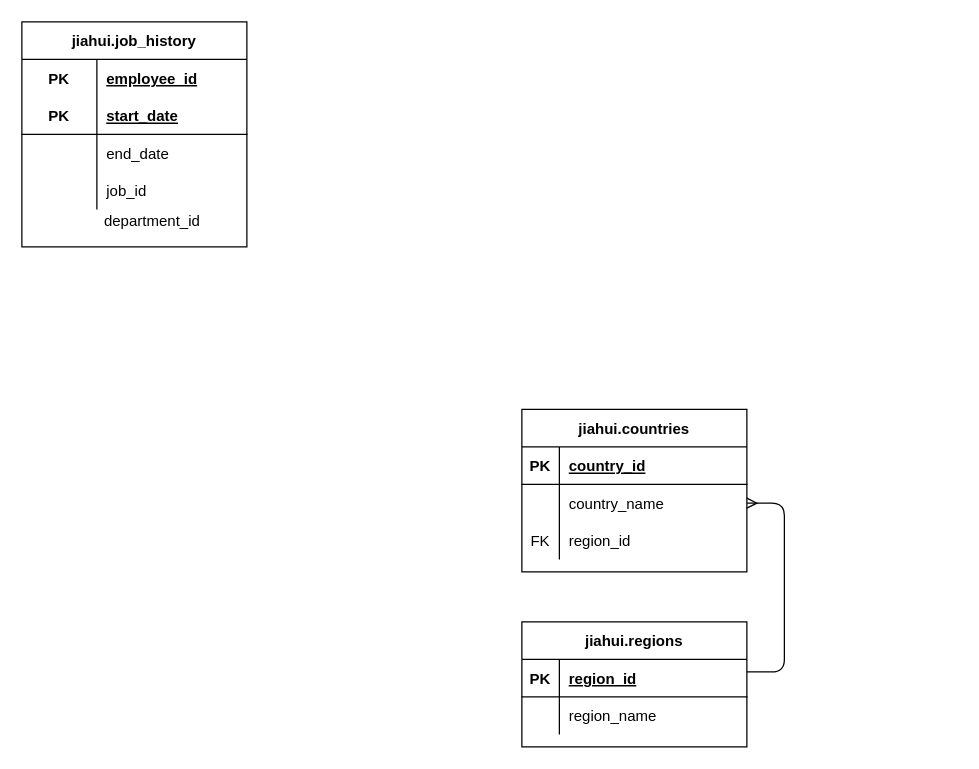
Before: HR_ERD.drawio in gracexia02/Assignment7_ERDs-with-draw.io, a draw.io diagram. Source tidied: cells renumbered, new cells numbered last; positions are measured from the earlier drawing's top-left corner, leaving out a move shared by most shapes. Both pictures are drawn from the tidied source at 125%, with x=0, y=0 at pixel (21, 21).
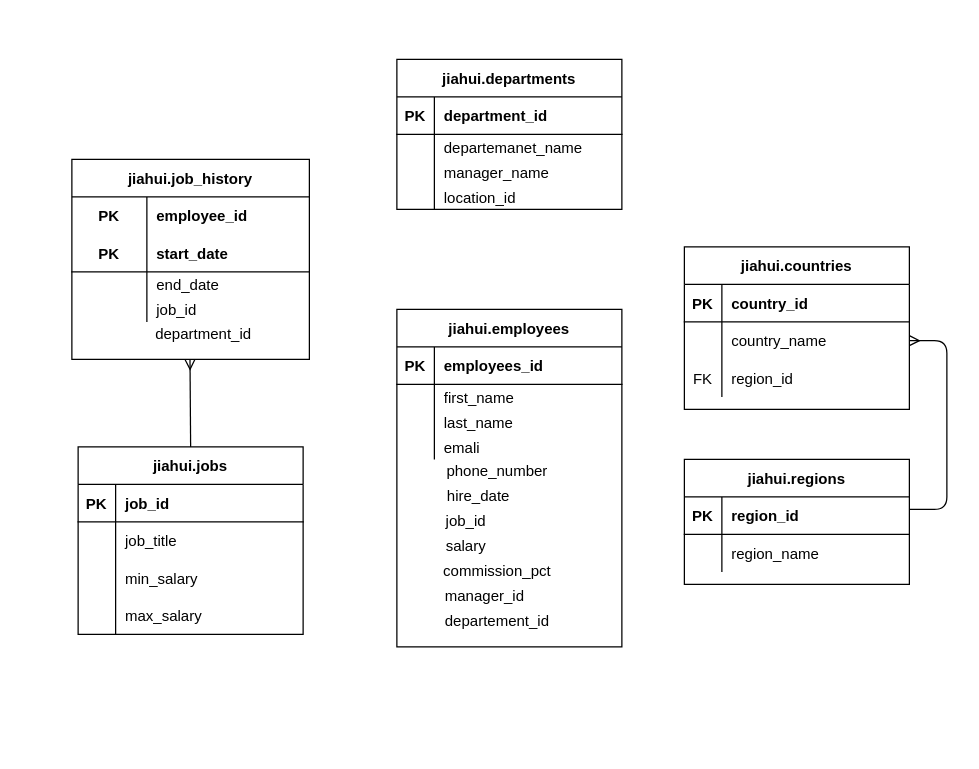
The same page after the edit.

The change refers to these unchanged cells:
```xml
<mxCell id="3" style="shape=partialRectangle;fillColor=none;top=0;left=0;bottom=1;right=0;" parent="2" vertex="1">
  <mxGeometry y="30" width="180" height="30" as="geometry" />
</mxCell>
<mxCell id="10" style="shape=partialRectangle;fillColor=none;top=0;left=0;bottom=1;right=0;" parent="9" vertex="1">
  <mxGeometry y="30" width="180" height="30" as="geometry" />
</mxCell>
<mxCell id="13" style="shape=partialRectangle;fillColor=none;top=0;left=0;bottom=0;right=0;points=[[0,0.5],[1,0.5]];portConstraint=eastwest;" parent="9" vertex="1">
  <mxGeometry y="60" width="180" height="30" as="geometry" />
</mxCell>
```

The edit, as a diff of the source:
```diff
@@
     <mxCell id="2" value="jiahui.regions" style="shape=table;startSize=30;childLayout=tableLayout;rowLines=0;fontStyle=1;align=center;" parent="1" vertex="1">
-      <mxGeometry x="400" y="480" width="180" height="100" as="geometry" />
+      <mxGeometry x="530" y="350" width="180" height="100" as="geometry" />
     </mxCell>
@@
-    <mxCell id="5" value="region_id" style="shape=partialRectangle;fillColor=none;top=0;left=0;bottom=0;right=0;align=left;spacingLeft=6;fontStyle=5;overflow=hidden;" parent="3" vertex="1">
+    <mxCell id="5" value="region_id" style="shape=partialRectangle;fillColor=none;top=0;left=0;bottom=0;right=0;align=left;spacingLeft=6;fontStyle=1;overflow=hidden;" parent="3" vertex="1">
       <mxGeometry x="30" width="150" height="30" as="geometry" />
     </mxCell>
@@
     <mxCell id="9" value="jiahui.countries" style="shape=table;startSize=30;childLayout=tableLayout;rowLines=0;fontStyle=1;align=center;strokeColor=#000000;" parent="1" vertex="1">
-      <mxGeometry x="400" y="310" width="180" height="130" as="geometry" />
+      <mxGeometry x="530" y="180" width="180" height="130" as="geometry" />
     </mxCell>
@@
-    <mxCell id="12" value="country_id" style="shape=partialRectangle;fillColor=none;top=0;left=0;bottom=0;right=0;align=left;spacingLeft=6;fontStyle=5;overflow=hidden;" parent="10" vertex="1">
+    <mxCell id="12" value="country_id" style="shape=partialRectangle;fillColor=none;top=0;left=0;bottom=0;right=0;align=left;spacingLeft=6;fontStyle=1;overflow=hidden;" parent="10" vertex="1">
       <mxGeometry x="30" width="150" height="30" as="geometry" />
     </mxCell>
@@
     <mxCell id="19" style="edgeStyle=entityRelationEdgeStyle;fontSize=12;html=1;endArrow=ERmany;" parent="1" edge="1" target="13">
       <mxGeometry relative="1" as="geometry">
-        <mxPoint x="580" y="520" as="sourcePoint" />
+        <mxPoint x="710" y="390" as="sourcePoint" />
       </mxGeometry>
     </mxCell>
-    <mxCell id="20" value="jiahui.job_history" style="shape=table;startSize=30;childLayout=tableLayout;rowLines=0;fontStyle=1;align=center;strokeColor=#000000;" parent="1" vertex="1">
-      <mxGeometry width="180" height="180" as="geometry" />
+    <mxCell id="20" value="jiahui.job_history" style="shape=table;startSize=30;childLayout=tableLayout;rowLines=0;fontStyle=1;align=center;" parent="1" vertex="1">
+      <mxGeometry x="40" y="110" width="190" height="160" as="geometry" />
     </mxCell>
     <mxCell id="21" style="shape=partialRectangle;fillColor=none;top=0;left=0;bottom=0;right=0;" parent="20" vertex="1">
-      <mxGeometry y="30" width="180" height="30" as="geometry" />
+      <mxGeometry y="30" width="190" height="30" as="geometry" />
     </mxCell>
@@
-    <mxCell id="23" value="employee_id" style="shape=partialRectangle;fillColor=none;top=0;left=0;bottom=0;right=0;align=left;spacingLeft=6;fontStyle=5;overflow=hidden;" parent="21" vertex="1">
-      <mxGeometry x="60" width="120" height="30" as="geometry" />
+    <mxCell id="23" value="employee_id" style="shape=partialRectangle;fillColor=none;top=0;left=0;bottom=0;right=0;align=left;spacingLeft=6;fontStyle=1;overflow=hidden;" parent="21" vertex="1">
+      <mxGeometry x="60" width="130" height="30" as="geometry" />
     </mxCell>
     <mxCell id="24" style="shape=partialRectangle;fillColor=none;top=0;left=0;bottom=1;right=0;" parent="20" vertex="1">
-      <mxGeometry y="60" width="180" height="30" as="geometry" />
+      <mxGeometry y="60" width="190" height="30" as="geometry" />
     </mxCell>
@@
-    <mxCell id="26" value="start_date" style="shape=partialRectangle;fillColor=none;top=0;left=0;bottom=0;right=0;align=left;spacingLeft=6;fontStyle=5;overflow=hidden;" parent="24" vertex="1">
-      <mxGeometry x="60" width="120" height="30" as="geometry" />
+    <mxCell id="26" value="start_date" style="shape=partialRectangle;fillColor=none;top=0;left=0;bottom=0;right=0;align=left;spacingLeft=6;fontStyle=1;overflow=hidden;" parent="24" vertex="1">
+      <mxGeometry x="60" width="130" height="30" as="geometry" />
     </mxCell>
     <mxCell id="27" style="shape=partialRectangle;fillColor=none;top=0;left=0;bottom=0;right=0;" parent="20" vertex="1">
-      <mxGeometry y="90" width="180" height="30" as="geometry" />
+      <mxGeometry y="90" width="190" height="20" as="geometry" />
     </mxCell>
     <mxCell id="28" style="shape=partialRectangle;fillColor=none;top=0;left=0;bottom=0;right=0;overflow=hidden;" parent="27" vertex="1">
-      <mxGeometry width="60" height="30" as="geometry" />
+      <mxGeometry width="60" height="20" as="geometry" />
     </mxCell>
     <mxCell id="29" value="end_date" style="shape=partialRectangle;fillColor=none;top=0;left=0;bottom=0;right=0;align=left;spacingLeft=6;overflow=hidden;" parent="27" vertex="1">
-      <mxGeometry x="60" width="120" height="30" as="geometry" />
+      <mxGeometry x="60" width="130" height="20" as="geometry" />
     </mxCell>
     <mxCell id="30" style="shape=partialRectangle;fillColor=none;top=0;left=0;bottom=0;right=0;" parent="20" vertex="1">
-      <mxGeometry y="120" width="180" height="30" as="geometry" />
+      <mxGeometry y="110" width="190" height="20" as="geometry" />
     </mxCell>
     <mxCell id="31" style="shape=partialRectangle;fillColor=none;top=0;left=0;bottom=0;right=0;overflow=hidden;" parent="30" vertex="1">
-      <mxGeometry width="60" height="30" as="geometry" />
+      <mxGeometry width="60" height="20" as="geometry" />
     </mxCell>
     <mxCell id="32" value="job_id" style="shape=partialRectangle;fillColor=none;top=0;left=0;bottom=0;right=0;align=left;spacingLeft=6;overflow=hidden;" parent="30" vertex="1">
-      <mxGeometry x="60" width="120" height="30" as="geometry" />
+      <mxGeometry x="60" width="130" height="20" as="geometry" />
     </mxCell>
     <mxCell id="33" value="department_id" style="text;html=1;align=center;verticalAlign=middle;" parent="1" vertex="1">
-      <mxGeometry x="59" y="150" width="90" height="20" as="geometry" />
+      <mxGeometry x="100" y="240" width="90" height="20" as="geometry" />
     </mxCell>
+    <mxCell id="34" value="jiahui.jobs" style="shape=table;startSize=30;childLayout=tableLayout;rowLines=0;fontStyle=1;align=center;" parent="1" vertex="1">
+      <mxGeometry x="45" y="340" width="180" height="150" as="geometry" />
+    </mxCell>
+    <mxCell id="35" style="shape=partialRectangle;fillColor=none;top=0;left=0;bottom=1;right=0;" parent="34" vertex="1">
+      <mxGeometry y="30" width="180" height="30" as="geometry" />
+    </mxCell>
+    <mxCell id="36" value="PK" style="shape=partialRectangle;fillColor=none;top=0;left=0;bottom=0;right=0;fontStyle=1;overflow=hidden;" parent="35" vertex="1">
+      <mxGeometry width="30" height="30" as="geometry" />
+    </mxCell>
+    <mxCell id="37" value="job_id" style="shape=partialRectangle;fillColor=none;top=0;left=0;bottom=0;right=0;align=left;spacingLeft=6;fontStyle=1;overflow=hidden;" parent="35" vertex="1">
+      <mxGeometry x="30" width="150" height="30" as="geometry" />
+    </mxCell>
+    <mxCell id="38" style="shape=partialRectangle;fillColor=none;top=0;left=0;bottom=0;right=0;" parent="34" vertex="1">
+      <mxGeometry y="60" width="180" height="30" as="geometry" />
+    </mxCell>
+    <mxCell id="39" style="shape=partialRectangle;fillColor=none;top=0;left=0;bottom=0;right=0;overflow=hidden;" parent="38" vertex="1">
+      <mxGeometry width="30" height="30" as="geometry" />
+    </mxCell>
+    <mxCell id="40" value="job_title" style="shape=partialRectangle;fillColor=none;top=0;left=0;bottom=0;right=0;align=left;spacingLeft=6;overflow=hidden;" parent="38" vertex="1">
+      <mxGeometry x="30" width="150" height="30" as="geometry" />
+    </mxCell>
+    <mxCell id="41" style="shape=partialRectangle;fillColor=none;top=0;left=0;bottom=0;right=0;" parent="34" vertex="1">
+      <mxGeometry y="90" width="180" height="30" as="geometry" />
+    </mxCell>
+    <mxCell id="42" style="shape=partialRectangle;fillColor=none;top=0;left=0;bottom=0;right=0;overflow=hidden;" parent="41" vertex="1">
+      <mxGeometry width="30" height="30" as="geometry" />
+    </mxCell>
+    <mxCell id="43" value="min_salary" style="shape=partialRectangle;fillColor=none;top=0;left=0;bottom=0;right=0;align=left;spacingLeft=6;overflow=hidden;" parent="41" vertex="1">
+      <mxGeometry x="30" width="150" height="30" as="geometry" />
+    </mxCell>
+    <mxCell id="44" style="shape=partialRectangle;fillColor=none;top=0;left=0;bottom=0;right=0;" parent="34" vertex="1">
+      <mxGeometry y="120" width="180" height="30" as="geometry" />
+    </mxCell>
+    <mxCell id="45" style="shape=partialRectangle;fillColor=none;top=0;left=0;bottom=0;right=0;overflow=hidden;" parent="44" vertex="1">
+      <mxGeometry width="30" height="30" as="geometry" />
+    </mxCell>
+    <mxCell id="46" value="max_salary" style="shape=partialRectangle;fillColor=none;top=0;left=0;bottom=0;right=0;align=left;spacingLeft=6;overflow=hidden;" parent="44" vertex="1">
+      <mxGeometry x="30" width="150" height="30" as="geometry" />
+    </mxCell>
+    <mxCell id="47" value="jiahui.departments" style="shape=table;startSize=30;childLayout=tableLayout;rowLines=0;fontStyle=1;align=center;strokeColor=#000000;" parent="1" vertex="1">
+      <mxGeometry x="300" y="30" width="180" height="120" as="geometry" />
+    </mxCell>
+    <mxCell id="48" style="shape=partialRectangle;fillColor=none;top=0;left=0;bottom=1;right=0;" parent="47" vertex="1">
+      <mxGeometry y="30" width="180" height="30" as="geometry" />
+    </mxCell>
+    <mxCell id="49" value="PK" style="shape=partialRectangle;fillColor=none;top=0;left=0;bottom=0;right=0;fontStyle=1;overflow=hidden;" parent="48" vertex="1">
+      <mxGeometry width="30" height="30" as="geometry" />
+    </mxCell>
+    <mxCell id="50" value="department_id" style="shape=partialRectangle;fillColor=none;top=0;left=0;bottom=0;right=0;align=left;spacingLeft=6;fontStyle=1;overflow=hidden;" parent="48" vertex="1">
+      <mxGeometry x="30" width="150" height="30" as="geometry" />
+    </mxCell>
+    <mxCell id="51" style="shape=partialRectangle;fillColor=none;top=0;left=0;bottom=0;right=0;" parent="47" vertex="1">
+      <mxGeometry y="60" width="180" height="20" as="geometry" />
+    </mxCell>
+    <mxCell id="52" style="shape=partialRectangle;fillColor=none;top=0;left=0;bottom=0;right=0;overflow=hidden;" parent="51" vertex="1">
+      <mxGeometry width="30" height="20" as="geometry" />
+    </mxCell>
+    <mxCell id="53" value="departemanet_name" style="shape=partialRectangle;fillColor=none;top=0;left=0;bottom=0;right=0;align=left;spacingLeft=6;overflow=hidden;" parent="51" vertex="1">
+      <mxGeometry x="30" width="150" height="20" as="geometry" />
+    </mxCell>
+    <mxCell id="54" style="shape=partialRectangle;fillColor=none;top=0;left=0;bottom=0;right=0;" parent="47" vertex="1">
+      <mxGeometry y="80" width="180" height="20" as="geometry" />
+    </mxCell>
+    <mxCell id="55" style="shape=partialRectangle;fillColor=none;top=0;left=0;bottom=0;right=0;overflow=hidden;" parent="54" vertex="1">
+      <mxGeometry width="30" height="20" as="geometry" />
+    </mxCell>
+    <mxCell id="56" value="manager_name" style="shape=partialRectangle;fillColor=none;top=0;left=0;bottom=0;right=0;align=left;spacingLeft=6;overflow=hidden;" parent="54" vertex="1">
+      <mxGeometry x="30" width="150" height="20" as="geometry" />
+    </mxCell>
+    <mxCell id="57" style="shape=partialRectangle;fillColor=none;top=0;left=0;bottom=0;right=0;" parent="47" vertex="1">
+      <mxGeometry y="100" width="180" height="20" as="geometry" />
+    </mxCell>
+    <mxCell id="58" style="shape=partialRectangle;fillColor=none;top=0;left=0;bottom=0;right=0;overflow=hidden;" parent="57" vertex="1">
+      <mxGeometry width="30" height="20" as="geometry" />
+    </mxCell>
+    <mxCell id="59" value="location_id" style="shape=partialRectangle;fillColor=none;top=0;left=0;bottom=0;right=0;align=left;spacingLeft=6;overflow=hidden;" parent="57" vertex="1">
+      <mxGeometry x="30" width="150" height="20" as="geometry" />
+    </mxCell>
+    <mxCell id="60" style="fontSize=12;html=1;endArrow=ERmany;exitX=0.5;exitY=0;exitDx=0;exitDy=0;" parent="1" edge="1" source="34">
+      <mxGeometry relative="1" as="geometry">
+        <mxPoint x="134.5" y="270" as="targetPoint" />
+      </mxGeometry>
+    </mxCell>
+    <mxCell id="61" value="jiahui.employees" style="shape=table;startSize=30;childLayout=tableLayout;rowLines=0;fontStyle=1;align=center;strokeColor=#000000;" parent="1" vertex="1">
+      <mxGeometry x="300" y="230" width="180" height="270" as="geometry" />
+    </mxCell>
+    <mxCell id="62" style="shape=partialRectangle;fillColor=none;top=0;left=0;bottom=1;right=0;" parent="61" vertex="1">
+      <mxGeometry y="30" width="180" height="30" as="geometry" />
+    </mxCell>
+    <mxCell id="63" value="PK" style="shape=partialRectangle;fillColor=none;top=0;left=0;bottom=0;right=0;fontStyle=1;overflow=hidden;" parent="62" vertex="1">
+      <mxGeometry width="30" height="30" as="geometry" />
+    </mxCell>
+    <mxCell id="64" value="employees_id" style="shape=partialRectangle;fillColor=none;top=0;left=0;bottom=0;right=0;align=left;spacingLeft=6;fontStyle=1;overflow=hidden;fontFamily=Helvetica;" parent="62" vertex="1">
+      <mxGeometry x="30" width="150" height="30" as="geometry" />
+    </mxCell>
+    <mxCell id="65" style="shape=partialRectangle;fillColor=none;top=0;left=0;bottom=0;right=0;" parent="61" vertex="1">
+      <mxGeometry y="60" width="180" height="20" as="geometry" />
+    </mxCell>
+    <mxCell id="66" style="shape=partialRectangle;fillColor=none;top=0;left=0;bottom=0;right=0;overflow=hidden;" parent="65" vertex="1">
+      <mxGeometry width="30" height="20" as="geometry" />
+    </mxCell>
+    <mxCell id="67" value="first_name" style="shape=partialRectangle;fillColor=none;top=0;left=0;bottom=0;right=0;align=left;spacingLeft=6;overflow=hidden;" parent="65" vertex="1">
+      <mxGeometry x="30" width="150" height="20" as="geometry" />
+    </mxCell>
+    <mxCell id="68" style="shape=partialRectangle;fillColor=none;top=0;left=0;bottom=0;right=0;" parent="61" vertex="1">
+      <mxGeometry y="80" width="180" height="20" as="geometry" />
+    </mxCell>
+    <mxCell id="69" style="shape=partialRectangle;fillColor=none;top=0;left=0;bottom=0;right=0;overflow=hidden;" parent="68" vertex="1">
+      <mxGeometry width="30" height="20" as="geometry" />
+    </mxCell>
+    <mxCell id="70" value="last_name" style="shape=partialRectangle;fillColor=none;top=0;left=0;bottom=0;right=0;align=left;spacingLeft=6;overflow=hidden;" parent="68" vertex="1">
+      <mxGeometry x="30" width="150" height="20" as="geometry" />
+    </mxCell>
+    <mxCell id="71" style="shape=partialRectangle;fillColor=none;top=0;left=0;bottom=0;right=0;" parent="61" vertex="1">
+      <mxGeometry y="100" width="180" height="20" as="geometry" />
+    </mxCell>
+    <mxCell id="72" style="shape=partialRectangle;fillColor=none;top=0;left=0;bottom=0;right=0;overflow=hidden;" parent="71" vertex="1">
+      <mxGeometry width="30" height="20" as="geometry" />
+    </mxCell>
+    <mxCell id="73" value="emali" style="shape=partialRectangle;fillColor=none;top=0;left=0;bottom=0;right=0;align=left;spacingLeft=6;overflow=hidden;" parent="71" vertex="1">
+      <mxGeometry x="30" width="150" height="20" as="geometry" />
+    </mxCell>
+    <mxCell id="74" value="phone_number" style="text;html=1;align=center;verticalAlign=middle;fontFamily=Helvetica;fontColor=#000000;" parent="1" vertex="1">
+      <mxGeometry x="330" y="350" width="100" height="20" as="geometry" />
+    </mxCell>
+    <mxCell id="75" value="hire_date" style="text;html=1;align=center;verticalAlign=middle;fontFamily=Helvetica;fontColor=#000000;" parent="1" vertex="1">
+      <mxGeometry x="330" y="370" width="70" height="20" as="geometry" />
+    </mxCell>
+    <mxCell id="76" value="job_id" style="text;html=1;align=center;verticalAlign=middle;fontFamily=Helvetica;fontColor=#000000;" parent="1" vertex="1">
+      <mxGeometry x="330" y="390" width="50" height="20" as="geometry" />
+    </mxCell>
+    <mxCell id="77" value="salary" style="text;html=1;align=center;verticalAlign=middle;fontFamily=Helvetica;fontColor=#000000;" parent="1" vertex="1">
+      <mxGeometry x="330" y="410" width="50" height="20" as="geometry" />
+    </mxCell>
+    <mxCell id="78" value="commission_pct" style="text;html=1;align=center;verticalAlign=middle;fontFamily=Helvetica;fontColor=#000000;" parent="1" vertex="1">
+      <mxGeometry x="330" y="430" width="100" height="20" as="geometry" />
+    </mxCell>
+    <mxCell id="79" value="manager_id" style="text;html=1;align=center;verticalAlign=middle;fontFamily=Helvetica;fontColor=#000000;" parent="1" vertex="1">
+      <mxGeometry x="330" y="450" width="80" height="20" as="geometry" />
+    </mxCell>
+    <mxCell id="80" value="departement_id" style="text;html=1;align=center;verticalAlign=middle;fontFamily=Helvetica;fontColor=#000000;" parent="1" vertex="1">
+      <mxGeometry x="330" y="470" width="100" height="20" as="geometry" />
+    </mxCell>
```
